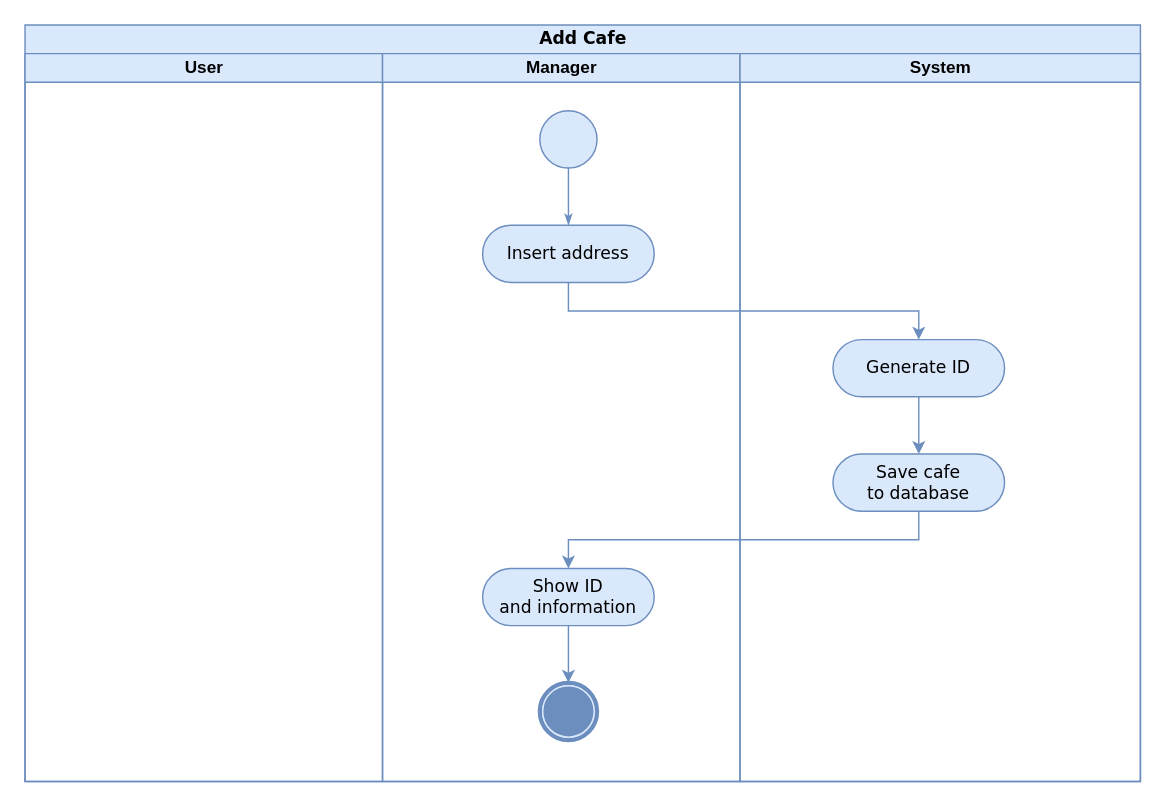
The draw.io diagram page "AddCafe" (4 of 6) of Diagrams/ActivityDiagram.drawio in Abcdavid00/Cafe-Management-Application, before the edit. Source tidied: cells renumbered, new cells numbered last; positions are measured from the earlier drawing's top-left corner, leaving out a move shared by most shapes. Both pictures are drawn from the tidied source at 143%, with x=0, y=0 at pixel (24, 24).
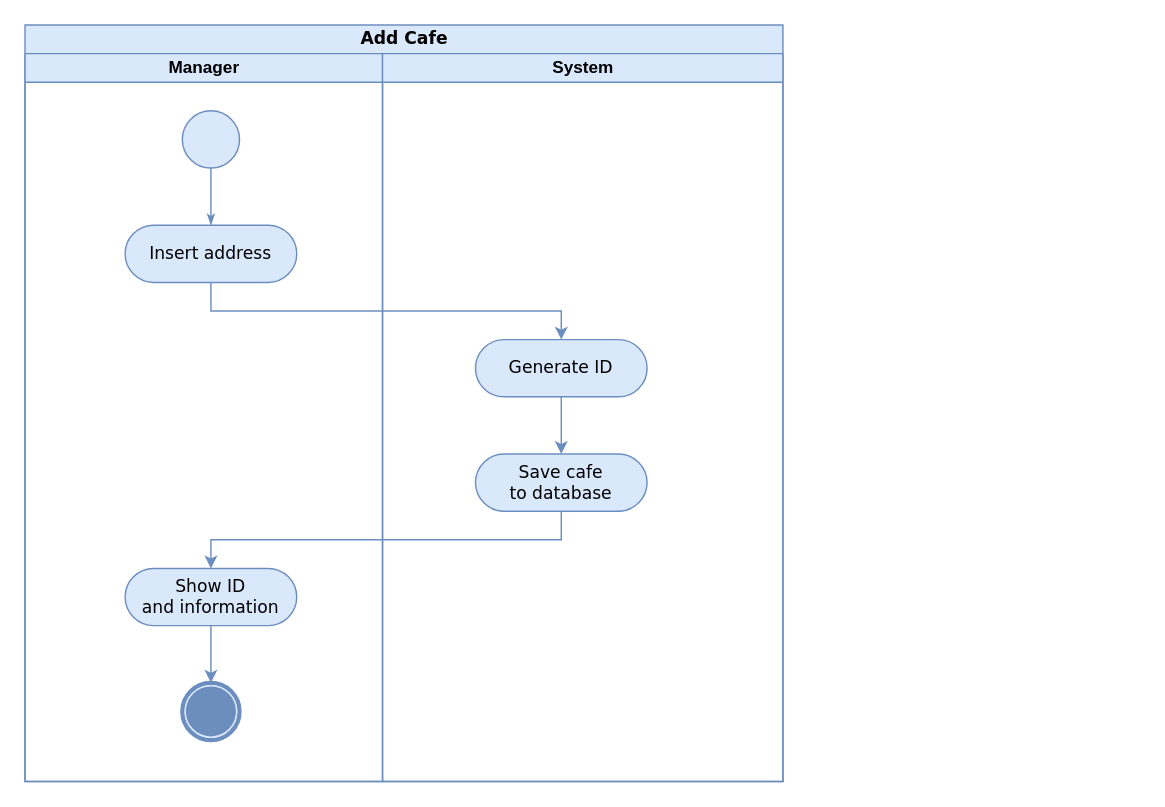
The same diagram, later.

What changed in the source:
```diff
@@
 <mxGraphModel>
   <root>
     <mxCell id="0" />
     <mxCell id="1" parent="0" />
     <mxCell id="2" value="Add Cafe" style="swimlane;html=1;startSize=20;rounded=0;shadow=0;comic=0;labelBackgroundColor=none;strokeWidth=1;fontFamily=Verdana;fontSize=12;align=center;fillColor=#dae8fc;strokeColor=#6c8ebf;" parent="1" vertex="1">
-      <mxGeometry width="780" height="529" as="geometry" />
+      <mxGeometry width="530" height="529" as="geometry" />
     </mxCell>
-    <mxCell id="3" value="User" style="swimlane;html=1;startSize=20;fillColor=#dae8fc;strokeColor=#6c8ebf;" parent="2" vertex="1">
-      <mxGeometry y="20" width="250" height="509" as="geometry" />
-    </mxCell>
     <mxCell id="4" value="Manager" style="swimlane;html=1;startSize=20;fillColor=#dae8fc;strokeColor=#6c8ebf;" parent="2" vertex="1">
-      <mxGeometry x="250" y="20" width="250" height="509" as="geometry" />
+      <mxGeometry y="20" width="250" height="509" as="geometry" />
     </mxCell>
     <mxCell id="5" style="ellipse;whiteSpace=wrap;html=1;rounded=0;shadow=0;comic=0;labelBackgroundColor=none;strokeWidth=1;fillColor=#dae8fc;fontFamily=Verdana;fontSize=12;align=center;strokeColor=#6c8ebf;" parent="4" vertex="1">
       <mxGeometry x="110" y="40" width="40" height="40" as="geometry" />
     </mxCell>
     <mxCell id="6" style="edgeStyle=orthogonalEdgeStyle;rounded=0;html=1;labelBackgroundColor=none;startArrow=none;startFill=0;startSize=5;endArrow=classicThin;endFill=1;endSize=5;jettySize=auto;strokeWidth=1;fontFamily=Verdana;fontSize=12;entryX=0.5;entryY=0;entryDx=0;entryDy=0;fillColor=#dae8fc;strokeColor=#6c8ebf;" parent="4" edge="1" source="5" target="7">
       <mxGeometry relative="1" as="geometry" />
     </mxCell>
     <mxCell id="7" value="Insert address" style="rounded=1;whiteSpace=wrap;html=1;shadow=0;comic=0;labelBackgroundColor=none;strokeWidth=1;fontFamily=Verdana;fontSize=12;align=center;arcSize=50;fillColor=#dae8fc;strokeColor=#6c8ebf;" parent="4" vertex="1">
       <mxGeometry x="70" y="120" width="120" height="40" as="geometry" />
     </mxCell>
     <mxCell id="8" style="shape=mxgraph.bpmn.shape;html=1;verticalLabelPosition=bottom;labelBackgroundColor=#ffffff;verticalAlign=top;perimeter=ellipsePerimeter;outline=end;symbol=terminate;rounded=0;shadow=0;comic=0;strokeWidth=1;fontFamily=Verdana;fontSize=12;align=center;fillColor=#dae8fc;strokeColor=#6c8ebf;" parent="4" vertex="1">
       <mxGeometry x="110" y="440" width="40" height="40" as="geometry" />
     </mxCell>
     <mxCell id="9" style="edgeStyle=orthogonalEdgeStyle;rounded=0;jettySize=auto;html=1;exitX=0.5;exitY=1;exitDx=0;exitDy=0;entryX=0.5;entryY=0;entryDx=0;entryDy=0;fillColor=#dae8fc;strokeColor=#6c8ebf;" parent="4" edge="1" source="10" target="8">
       <mxGeometry relative="1" as="geometry" />
     </mxCell>
     <mxCell id="10" value="Show ID&lt;br&gt;and information" style="rounded=1;whiteSpace=wrap;html=1;shadow=0;comic=0;labelBackgroundColor=none;strokeWidth=1;fontFamily=Verdana;fontSize=12;align=center;arcSize=50;fillColor=#dae8fc;strokeColor=#6c8ebf;" parent="4" vertex="1">
       <mxGeometry x="70" y="360" width="120" height="40" as="geometry" />
     </mxCell>
     <mxCell id="11" value="System" style="swimlane;html=1;startSize=20;direction=east;fillColor=#dae8fc;strokeColor=#6c8ebf;" parent="2" vertex="1">
-      <mxGeometry x="500" y="20" width="280" height="509" as="geometry" />
+      <mxGeometry x="250" y="20" width="280" height="509" as="geometry" />
     </mxCell>
     <mxCell id="12" style="edgeStyle=orthogonalEdgeStyle;rounded=0;jettySize=auto;html=1;exitX=0.5;exitY=1;exitDx=0;exitDy=0;entryX=0.5;entryY=0;entryDx=0;entryDy=0;fillColor=#dae8fc;strokeColor=#6c8ebf;" parent="11" edge="1" source="13" target="14">
       <mxGeometry relative="1" as="geometry" />
     </mxCell>
     <mxCell id="13" value="Generate ID" style="rounded=1;whiteSpace=wrap;html=1;shadow=0;comic=0;labelBackgroundColor=none;strokeWidth=1;fontFamily=Verdana;fontSize=12;align=center;arcSize=50;fillColor=#dae8fc;strokeColor=#6c8ebf;" parent="11" vertex="1">
       <mxGeometry x="65" y="200" width="120" height="40" as="geometry" />
     </mxCell>
     <mxCell id="14" value="Save cafe&lt;br&gt;to database" style="rounded=1;whiteSpace=wrap;html=1;shadow=0;comic=0;labelBackgroundColor=none;strokeWidth=1;fontFamily=Verdana;fontSize=12;align=center;arcSize=50;fillColor=#dae8fc;strokeColor=#6c8ebf;" parent="11" vertex="1">
       <mxGeometry x="65" y="280" width="120" height="40" as="geometry" />
     </mxCell>
     <mxCell id="15" style="edgeStyle=orthogonalEdgeStyle;rounded=0;jettySize=auto;html=1;exitX=0.5;exitY=1;exitDx=0;exitDy=0;entryX=0.5;entryY=0;entryDx=0;entryDy=0;fillColor=#dae8fc;strokeColor=#6c8ebf;" parent="2" edge="1" source="14" target="10">
       <mxGeometry relative="1" as="geometry" />
     </mxCell>
     <mxCell id="16" style="edgeStyle=orthogonalEdgeStyle;rounded=0;jettySize=auto;html=1;exitX=0.5;exitY=1;exitDx=0;exitDy=0;entryX=0.5;entryY=0;entryDx=0;entryDy=0;fillColor=#dae8fc;strokeColor=#6c8ebf;" parent="2" edge="1" source="7" target="13">
       <mxGeometry relative="1" as="geometry" />
     </mxCell>
   </root>
 </mxGraphModel>
```
